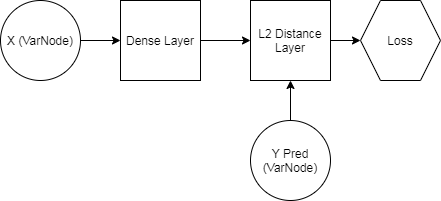
This is docs/wiki/basic_graph.png from abhijat01/autodiff.light, a draw.io export, as it was before one commit. Source tidied: cells renumbered, new cells last; positions are measured from the earlier drawing's top-left corner, leaving out a move shared by most shapes. The source it was exported from:
```xml
<mxGraphModel>
  <root>
    <mxCell id="0" />
    <mxCell id="1" parent="0" />
    <mxCell id="2" style="edgeStyle=orthogonalEdgeStyle;rounded=0;jettySize=auto;html=1;exitX=1;exitY=0.5;exitDx=0;exitDy=0;entryX=0;entryY=0.5;entryDx=0;entryDy=0;" parent="1" edge="1" source="3" target="5">
      <mxGeometry relative="1" as="geometry" />
    </mxCell>
    <mxCell id="3" value="Dense Layer" style="whiteSpace=wrap;html=1;" parent="1" vertex="1">
      <mxGeometry x="120" width="80" height="80" as="geometry" />
    </mxCell>
    <mxCell id="4" style="edgeStyle=orthogonalEdgeStyle;rounded=0;jettySize=auto;html=1;" parent="1" edge="1" source="5" target="10">
      <mxGeometry relative="1" as="geometry" />
    </mxCell>
    <mxCell id="5" value="L2 Distance Layer" style="whiteSpace=wrap;html=1;" parent="1" vertex="1">
      <mxGeometry x="250" width="80" height="80" as="geometry" />
    </mxCell>
    <mxCell id="6" style="edgeStyle=orthogonalEdgeStyle;rounded=0;jettySize=auto;html=1;" parent="1" edge="1" source="7" target="3">
      <mxGeometry relative="1" as="geometry" />
    </mxCell>
    <mxCell id="7" value="X (VarNode)" style="ellipse;whiteSpace=wrap;html=1;" parent="1" vertex="1">
      <mxGeometry width="80" height="80" as="geometry" />
    </mxCell>
    <mxCell id="8" style="edgeStyle=orthogonalEdgeStyle;rounded=0;jettySize=auto;html=1;exitX=0.5;exitY=0;exitDx=0;exitDy=0;entryX=0.5;entryY=1;entryDx=0;entryDy=0;" parent="1" edge="1" source="9" target="5">
      <mxGeometry relative="1" as="geometry" />
    </mxCell>
    <mxCell id="9" value="Y Pred (VarNode)" style="ellipse;whiteSpace=wrap;html=1;" parent="1" vertex="1">
      <mxGeometry x="250" y="120" width="80" height="80" as="geometry" />
    </mxCell>
    <mxCell id="10" value="Loss" style="shape=hexagon;perimeter=hexagonPerimeter2;whiteSpace=wrap;html=1;" parent="1" vertex="1">
      <mxGeometry x="360" width="80" height="80" as="geometry" />
    </mxCell>
  </root>
</mxGraphModel>
```
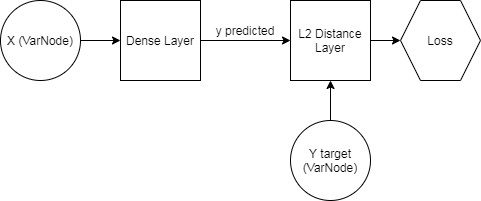
Later version of the same file.

Diff of the diagram source:
```diff
@@ -6,7 +6,7 @@
       <mxGeometry relative="1" as="geometry" />
     </mxCell>
     <mxCell id="3" value="Dense Layer" style="whiteSpace=wrap;html=1;" parent="1" vertex="1">
-      <mxGeometry x="120" width="80" height="80" as="geometry" />
+      <mxGeometry x="80" width="80" height="80" as="geometry" />
     </mxCell>
     <mxCell id="4" style="edgeStyle=orthogonalEdgeStyle;rounded=0;jettySize=auto;html=1;" parent="1" edge="1" source="5" target="10">
       <mxGeometry relative="1" as="geometry" />
@@ -18,16 +18,19 @@
       <mxGeometry relative="1" as="geometry" />
     </mxCell>
     <mxCell id="7" value="X (VarNode)" style="ellipse;whiteSpace=wrap;html=1;" parent="1" vertex="1">
-      <mxGeometry width="80" height="80" as="geometry" />
+      <mxGeometry x="-40" width="80" height="80" as="geometry" />
     </mxCell>
     <mxCell id="8" style="edgeStyle=orthogonalEdgeStyle;rounded=0;jettySize=auto;html=1;exitX=0.5;exitY=0;exitDx=0;exitDy=0;entryX=0.5;entryY=1;entryDx=0;entryDy=0;" parent="1" edge="1" source="9" target="5">
       <mxGeometry relative="1" as="geometry" />
     </mxCell>
-    <mxCell id="9" value="Y Pred (VarNode)" style="ellipse;whiteSpace=wrap;html=1;" parent="1" vertex="1">
+    <mxCell id="9" value="Y target (VarNode)" style="ellipse;whiteSpace=wrap;html=1;" parent="1" vertex="1">
       <mxGeometry x="250" y="120" width="80" height="80" as="geometry" />
     </mxCell>
     <mxCell id="10" value="Loss" style="shape=hexagon;perimeter=hexagonPerimeter2;whiteSpace=wrap;html=1;" parent="1" vertex="1">
       <mxGeometry x="360" width="80" height="80" as="geometry" />
     </mxCell>
+    <mxCell id="11" value="y predicted" style="text;html=1;strokeColor=none;fillColor=none;align=center;verticalAlign=middle;whiteSpace=wrap;rounded=0;" parent="1" vertex="1">
+      <mxGeometry x="170" y="20" width="70" height="20" as="geometry" />
+    </mxCell>
   </root>
 </mxGraphModel>
```
